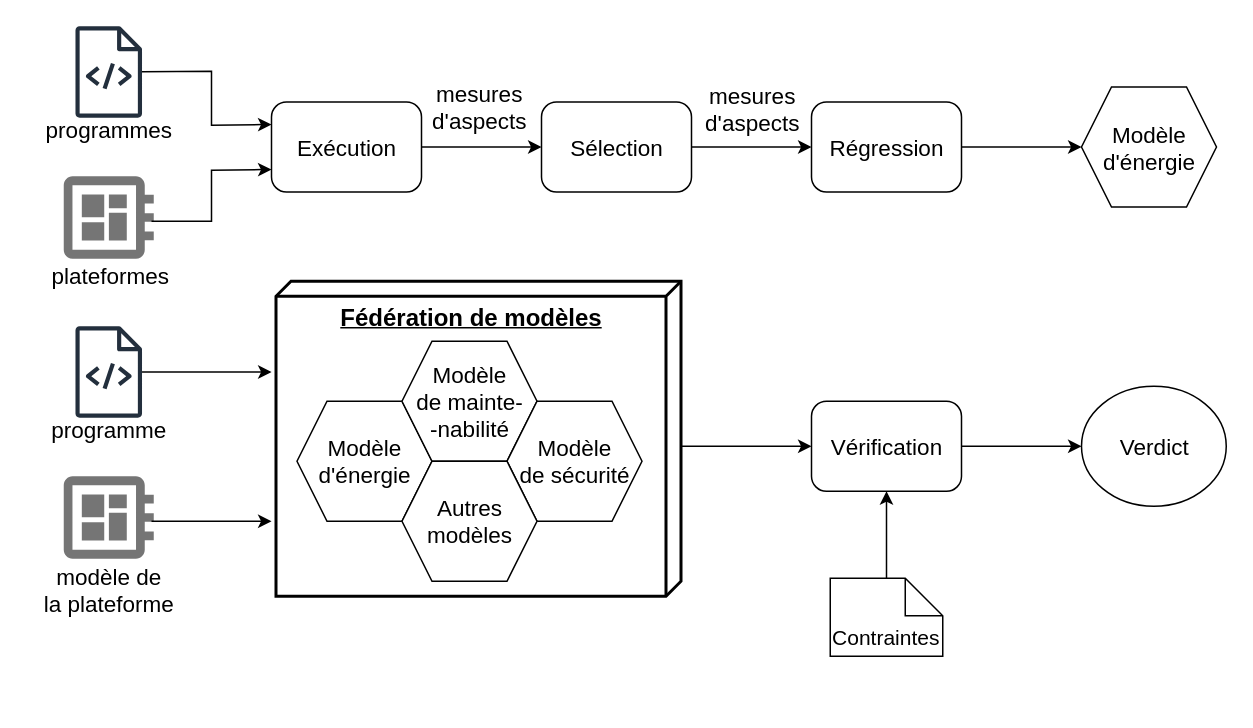
This is projetRecherche2026_Brest.drawio from yoann-marquer/Diagrams, a draw.io file, before an edit. Source tidied: cells renumbered, new cells numbered last; positions are measured from the earlier drawing's top-left corner, leaving out a move shared by most shapes. Both pictures are drawn from the tidied source at 150%, with x=0, y=0 at pixel (26, 26).
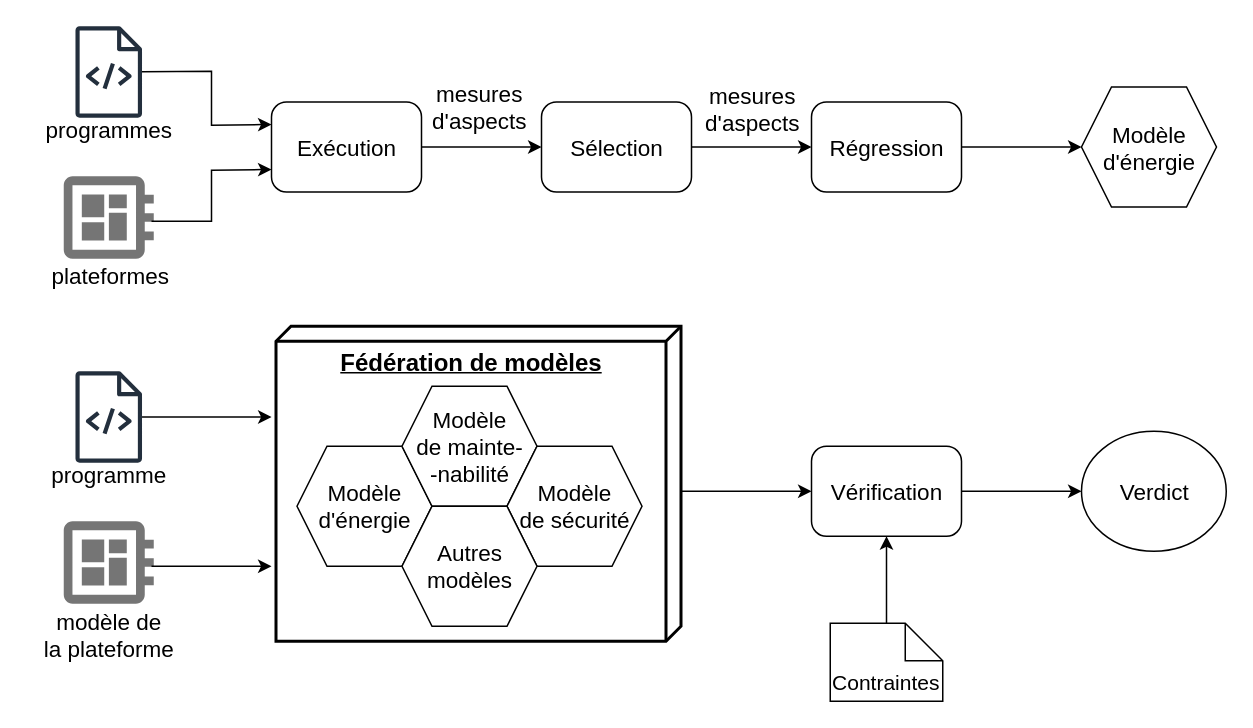
The same diagram, later.

Unchanged cells that the change refers to:
```xml
<mxCell id="4" value="Exécution" style="points=[[0.25,0,0],[0.5,0,0],[0.75,0,0],[1,0.25,0],[1,0.5,0],[1,0.75,0],[0.75,1,0],[0.5,1,0],[0.25,1,0],[0,0.75,0],[0,0.5,0],[0,0.25,0]];shape=mxgraph.bpmn.task;whiteSpace=wrap;rectStyle=rounded;size=10;html=1;taskMarker=abstract;fontSize=15;" parent="1" vertex="1">
  <mxGeometry x="163.5" y="50.5" width="100" height="60" as="geometry" />
</mxCell>
```

The edit, as a diff of the source:
```diff
@@
     <mxCell id="2" value="&lt;div align=&quot;center&quot;&gt;&lt;font style=&quot;font-size: 16px;&quot;&gt;&lt;b&gt;Fédération de modèles&lt;/b&gt;&lt;/font&gt;&lt;/div&gt;" style="verticalAlign=top;align=center;spacingTop=8;spacingLeft=2;spacingRight=12;shape=cube;size=10;direction=south;fontStyle=4;html=1;whiteSpace=wrap;strokeWidth=2;" parent="1" vertex="1">
-      <mxGeometry x="166.5" y="170" width="270" height="210" as="geometry" />
+      <mxGeometry x="166.5" y="200" width="270" height="210" as="geometry" />
     </mxCell>
@@
-    <mxCell id="18" style="endArrow=classic;html=1;rounded=0;entryX=0;entryY=0.75;entryDx=0;entryDy=0;entryPerimeter=0;" parent="1" edge="1" target="4">
-      <mxGeometry relative="1" as="geometry">
-        <mxPoint x="83.5" y="130" as="sourcePoint" />
-        <Array as="points">
-          <mxPoint x="123.5" y="130" />
-          <mxPoint x="123.5" y="96" />
-        </Array>
-      </mxGeometry>
-    </mxCell>
+    <mxCell id="35" style="endArrow=classic;html=1;rounded=0;entryX=0;entryY=0.75;entryDx=0;entryDy=0;entryPerimeter=0;" parent="1" edge="1" target="4">
+      <mxGeometry relative="1" as="geometry">
+        <mxPoint x="83.5" y="130" as="sourcePoint" />
+        <Array as="points">
+          <mxPoint x="123.5" y="130" />
+          <mxPoint x="123.5" y="96" />
+        </Array>
+      </mxGeometry>
+    </mxCell>
     <mxCell id="19" value="&lt;div&gt;&lt;font style=&quot;font-size: 15px;&quot;&gt;Modèle&lt;/font&gt;&lt;/div&gt;&lt;div&gt;&lt;font style=&quot;font-size: 15px;&quot;&gt;d'énergie&lt;/font&gt;&lt;/div&gt;" style="shape=hexagon;perimeter=hexagonPerimeter2;whiteSpace=wrap;html=1;fixedSize=1;" parent="1" vertex="1">
-      <mxGeometry x="180.5" y="250" width="90" height="80" as="geometry" />
+      <mxGeometry x="180.5" y="280" width="90" height="80" as="geometry" />
     </mxCell>
     <mxCell id="20" value="&lt;div&gt;&lt;font style=&quot;font-size: 15px;&quot;&gt;Modèle&lt;/font&gt;&lt;/div&gt;&lt;div&gt;&lt;font style=&quot;font-size: 15px;&quot;&gt;de mainte-&lt;/font&gt;&lt;/div&gt;&lt;div&gt;&lt;font style=&quot;font-size: 15px;&quot;&gt;-nabilité&lt;/font&gt;&lt;/div&gt;" style="shape=hexagon;perimeter=hexagonPerimeter2;whiteSpace=wrap;html=1;fixedSize=1;" parent="1" vertex="1">
-      <mxGeometry x="250.5" y="210" width="90" height="80" as="geometry" />
+      <mxGeometry x="250.5" y="240" width="90" height="80" as="geometry" />
     </mxCell>
     <mxCell id="21" value="&lt;div&gt;&lt;font style=&quot;font-size: 15px;&quot;&gt;Modèle&lt;/font&gt;&lt;/div&gt;&lt;div&gt;&lt;font style=&quot;font-size: 15px;&quot;&gt;de sécurité&lt;/font&gt;&lt;/div&gt;" style="shape=hexagon;perimeter=hexagonPerimeter2;whiteSpace=wrap;html=1;fixedSize=1;" parent="1" vertex="1">
-      <mxGeometry x="320.5" y="250" width="90" height="80" as="geometry" />
+      <mxGeometry x="320.5" y="280" width="90" height="80" as="geometry" />
     </mxCell>
     <mxCell id="22" value="&lt;div&gt;&lt;font style=&quot;font-size: 15px;&quot;&gt;Autres&lt;/font&gt;&lt;/div&gt;&lt;div&gt;&lt;font style=&quot;font-size: 15px;&quot;&gt;modèles&lt;/font&gt;&lt;/div&gt;" style="shape=hexagon;perimeter=hexagonPerimeter2;whiteSpace=wrap;html=1;fixedSize=1;" parent="1" vertex="1">
-      <mxGeometry x="250.5" y="290" width="90" height="80" as="geometry" />
+      <mxGeometry x="250.5" y="320" width="90" height="80" as="geometry" />
     </mxCell>
-    <mxCell id="23" style="sketch=0;dashed=0;html=1;fillColor=#757575;strokeColor=none;shape=mxgraph.gcp2.circuit_board;" parent="1" vertex="1">
-      <mxGeometry x="25" y="300" width="60" height="55" as="geometry" />
-    </mxCell>
-    <mxCell id="24" style="sketch=0;outlineConnect=0;fontColor=#232F3E;gradientColor=none;fillColor=#232F3D;strokeColor=none;dashed=0;verticalLabelPosition=bottom;verticalAlign=top;align=center;html=1;fontSize=12;fontStyle=0;shape=mxgraph.aws4.source_code;" parent="1" vertex="1">
-      <mxGeometry x="32.7" y="200" width="44.6" height="61" as="geometry" />
-    </mxCell>
+    <mxCell id="36" style="sketch=0;dashed=0;html=1;fillColor=#757575;strokeColor=none;shape=mxgraph.gcp2.circuit_board;" parent="1" vertex="1">
+      <mxGeometry x="25" y="330" width="60" height="55" as="geometry" />
+    </mxCell>
+    <mxCell id="37" style="sketch=0;outlineConnect=0;fontColor=#232F3E;gradientColor=none;fillColor=#232F3D;strokeColor=none;dashed=0;verticalLabelPosition=bottom;verticalAlign=top;align=center;html=1;fontSize=12;fontStyle=0;shape=mxgraph.aws4.source_code;" parent="1" vertex="1">
+      <mxGeometry x="32.7" y="230" width="44.6" height="61" as="geometry" />
+    </mxCell>
     <mxCell id="25" value="programme" style="text;html=1;align=center;verticalAlign=middle;strokeColor=none;fillColor=none;fontSize=15;" parent="1" vertex="1">
-      <mxGeometry x="5" y="253.5" width="100" height="30" as="geometry" />
+      <mxGeometry x="5" y="283.5" width="100" height="30" as="geometry" />
     </mxCell>
     <mxCell id="26" value="&lt;div&gt;modèle de&lt;/div&gt;&lt;div&gt;la plateforme&lt;/div&gt;" style="text;html=1;align=center;verticalAlign=middle;strokeColor=none;fillColor=none;fontSize=15;" parent="1" vertex="1">
-      <mxGeometry y="351" width="110" height="50" as="geometry" />
+      <mxGeometry y="381" width="110" height="50" as="geometry" />
     </mxCell>
-    <mxCell id="27" style="endArrow=classic;html=1;rounded=0;entryX=0.288;entryY=1.011;entryDx=0;entryDy=0;entryPerimeter=0;" parent="1" edge="1" source="24" target="2">
-      <mxGeometry relative="1" as="geometry" />
-    </mxCell>
-    <mxCell id="28" style="endArrow=classic;html=1;rounded=0;" parent="1" edge="1">
-      <mxGeometry relative="1" as="geometry">
-        <mxPoint x="83.5" y="330" as="sourcePoint" />
-        <mxPoint x="163.5" y="330" as="targetPoint" />
-      </mxGeometry>
-    </mxCell>
+    <mxCell id="38" style="endArrow=classic;html=1;rounded=0;entryX=0.288;entryY=1.011;entryDx=0;entryDy=0;entryPerimeter=0;" parent="1" edge="1" source="37" target="2">
+      <mxGeometry relative="1" as="geometry" />
+    </mxCell>
+    <mxCell id="39" style="endArrow=classic;html=1;rounded=0;" parent="1" edge="1">
+      <mxGeometry relative="1" as="geometry">
+        <mxPoint x="83.5" y="360" as="sourcePoint" />
+        <mxPoint x="163.5" y="360" as="targetPoint" />
+      </mxGeometry>
+    </mxCell>
     <mxCell id="29" value="Vérification" style="points=[[0.25,0,0],[0.5,0,0],[0.75,0,0],[1,0.25,0],[1,0.5,0],[1,0.75,0],[0.75,1,0],[0.5,1,0],[0.25,1,0],[0,0.75,0],[0,0.5,0],[0,0.25,0]];shape=mxgraph.bpmn.task;whiteSpace=wrap;rectStyle=rounded;size=10;html=1;taskMarker=abstract;fontSize=15;" parent="1" vertex="1">
-      <mxGeometry x="523.5" y="250" width="100" height="60" as="geometry" />
+      <mxGeometry x="523.5" y="280" width="100" height="60" as="geometry" />
     </mxCell>
@@
-    <mxCell id="31" style="endArrow=classic;html=1;rounded=0;exitX=1;exitY=0.5;exitDx=0;exitDy=0;exitPerimeter=0;" parent="1" edge="1" source="29">
-      <mxGeometry relative="1" as="geometry">
-        <mxPoint x="703.5" y="280" as="targetPoint" />
-      </mxGeometry>
-    </mxCell>
+    <mxCell id="40" style="endArrow=classic;html=1;rounded=0;exitX=1;exitY=0.5;exitDx=0;exitDy=0;exitPerimeter=0;" parent="1" edge="1" source="29">
+      <mxGeometry relative="1" as="geometry">
+        <mxPoint x="703.5" y="310" as="targetPoint" />
+      </mxGeometry>
+    </mxCell>
@@
     <mxCell id="33" value="&lt;font style=&quot;font-size: 14px;&quot;&gt;Contraintes&lt;/font&gt;" style="shape=note2;boundedLbl=1;whiteSpace=wrap;html=1;size=25;verticalAlign=top;align=center;" parent="1" vertex="1">
-      <mxGeometry x="536" y="368" width="75" height="52" as="geometry" />
+      <mxGeometry x="536" y="398" width="75" height="52" as="geometry" />
     </mxCell>
     <mxCell id="34" value="&lt;font style=&quot;font-size: 15px;&quot;&gt;Verdict&lt;/font&gt;" style="ellipse;whiteSpace=wrap;html=1;" parent="1" vertex="1">
-      <mxGeometry x="703.5" y="240" width="96.5" height="80" as="geometry" />
+      <mxGeometry x="703.5" y="270" width="96.5" height="80" as="geometry" />
     </mxCell>
```
